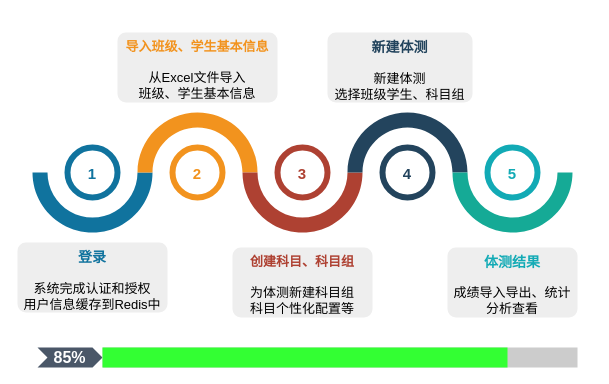
This is docs/img-raw/实现/体育工作者流程.drawio from rufeng-h/healthman, a draw.io file, before an edit. Source tidied: cells renumbered, new cells numbered last; positions are measured from the earlier drawing's top-left corner, leaving out a move shared by most shapes. Both pictures are drawn from the tidied source at 100%, with x=0, y=0 at pixel (17, 32).
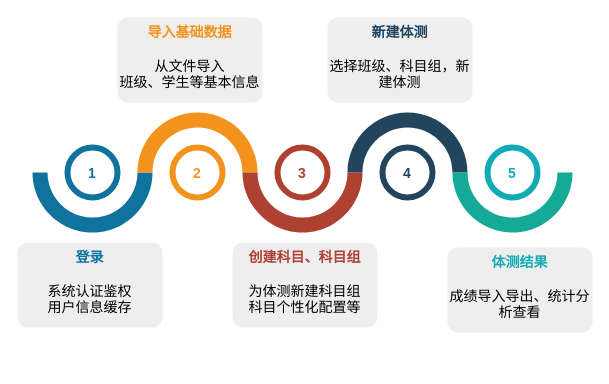
After the change.

Change to the diagram source:
```diff
@@
 <mxGraphModel>
   <root>
     <mxCell id="0" />
     <mxCell id="1" parent="0" />
-    <mxCell id="2" value="&lt;font style=&quot;font-size: 13px&quot;&gt;&lt;font color=&quot;#10739e&quot;&gt;&lt;b style=&quot;font-size: 14px&quot;&gt;登录&lt;br&gt;&lt;/b&gt;&lt;/font&gt;&lt;span&gt;&lt;br&gt;&lt;/span&gt;系统完成认证和授权&lt;br&gt;用户信息缓存到Redis中&lt;br&gt;&lt;/font&gt;" style="rounded=1;strokeColor=none;fillColor=#EEEEEE;align=center;arcSize=12;verticalAlign=top;whiteSpace=wrap;html=1;fontSize=12;fontFamily=宋体;" parent="1" vertex="1">
-      <mxGeometry y="210" width="150" height="70" as="geometry" />
+    <mxCell id="2" value="&lt;font style=&quot;font-size: 14px;&quot;&gt;&lt;font color=&quot;#10739e&quot; style=&quot;font-size: 14px;&quot;&gt;&lt;b style=&quot;font-size: 14px;&quot;&gt;登录&lt;br style=&quot;font-size: 14px;&quot;&gt;&lt;/b&gt;&lt;/font&gt;&lt;span style=&quot;font-size: 14px;&quot;&gt;&lt;br style=&quot;font-size: 14px;&quot;&gt;&lt;/span&gt;系统认证鉴权&lt;br style=&quot;font-size: 14px;&quot;&gt;用户信息缓存&lt;br style=&quot;font-size: 14px;&quot;&gt;&lt;/font&gt;" style="rounded=1;strokeColor=none;fillColor=#EEEEEE;align=center;arcSize=12;verticalAlign=top;whiteSpace=wrap;html=1;fontSize=14;fontFamily=宋体;" parent="1" vertex="1">
+      <mxGeometry y="210" width="145" height="85" as="geometry" />
     </mxCell>
-    <mxCell id="3" value="&lt;font style=&quot;font-size: 13px;&quot;&gt;&lt;font color=&quot;#f2931e&quot; style=&quot;font-size: 13px;&quot;&gt;&lt;b style=&quot;font-size: 13px;&quot;&gt;导入班级、学生基本信息&lt;/b&gt;&lt;/font&gt;&lt;br style=&quot;font-size: 13px;&quot;&gt;&lt;br style=&quot;font-size: 13px;&quot;&gt;&lt;span style=&quot;font-size: 13px;&quot;&gt;从Excel文件导入&lt;br style=&quot;font-size: 13px;&quot;&gt;班级、学生基本信息&lt;/span&gt;&lt;br style=&quot;font-size: 13px;&quot;&gt;&lt;/font&gt;" style="rounded=1;strokeColor=none;fillColor=#EEEEEE;align=center;arcSize=12;verticalAlign=top;whiteSpace=wrap;html=1;fontSize=13;fontFamily=宋体;" parent="1" vertex="1">
-      <mxGeometry x="100" width="160" height="70" as="geometry" />
+    <mxCell id="3" value="&lt;font style=&quot;font-size: 14px;&quot;&gt;&lt;font color=&quot;#f2931e&quot; style=&quot;font-size: 14px;&quot;&gt;&lt;b style=&quot;font-size: 14px;&quot;&gt;导入基础数据&lt;br&gt;&lt;/b&gt;&lt;/font&gt;&lt;br style=&quot;font-size: 14px;&quot;&gt;&lt;span style=&quot;font-size: 14px;&quot;&gt;从文件导入&lt;br style=&quot;font-size: 14px;&quot;&gt;班级、学生等基本信息&lt;/span&gt;&lt;br style=&quot;font-size: 14px;&quot;&gt;&lt;/font&gt;" style="rounded=1;strokeColor=none;fillColor=#EEEEEE;align=center;arcSize=12;verticalAlign=top;whiteSpace=wrap;html=1;fontSize=14;fontFamily=宋体;" parent="1" vertex="1">
+      <mxGeometry x="100" y="-15" width="145" height="85" as="geometry" />
     </mxCell>
-    <mxCell id="4" value="&lt;font style=&quot;font-size: 13px&quot;&gt;&lt;font color=&quot;#ae4132&quot; style=&quot;font-size: 13px&quot;&gt;&lt;b&gt;创建科目、科目组&lt;/b&gt;&lt;/font&gt;&lt;br&gt;&lt;br&gt;&lt;span&gt;为体测新建科目组&lt;br&gt;科目个性化配置等&lt;/span&gt;&lt;br&gt;&lt;/font&gt;" style="rounded=1;strokeColor=none;fillColor=#EEEEEE;align=center;arcSize=12;verticalAlign=top;whiteSpace=wrap;html=1;fontSize=12;fontFamily=宋体;" parent="1" vertex="1">
-      <mxGeometry x="215" y="215" width="140" height="70" as="geometry" />
+    <mxCell id="4" value="&lt;font style=&quot;font-size: 14px;&quot;&gt;&lt;font color=&quot;#ae4132&quot; style=&quot;font-size: 14px;&quot;&gt;&lt;b style=&quot;font-size: 14px;&quot;&gt;创建科目、科目组&lt;/b&gt;&lt;/font&gt;&lt;br style=&quot;font-size: 14px;&quot;&gt;&lt;br style=&quot;font-size: 14px;&quot;&gt;&lt;span style=&quot;font-size: 14px;&quot;&gt;为体测新建科目组&lt;br style=&quot;font-size: 14px;&quot;&gt;科目个性化配置等&lt;/span&gt;&lt;br style=&quot;font-size: 14px;&quot;&gt;&lt;/font&gt;" style="rounded=1;strokeColor=none;fillColor=#EEEEEE;align=center;arcSize=12;verticalAlign=top;whiteSpace=wrap;html=1;fontSize=14;fontFamily=宋体;" parent="1" vertex="1">
+      <mxGeometry x="215" y="210" width="145" height="85" as="geometry" />
     </mxCell>
-    <mxCell id="5" value="&lt;font style=&quot;font-size: 13px&quot;&gt;&lt;font color=&quot;#23445d&quot; size=&quot;1&quot;&gt;&lt;b style=&quot;font-size: 14px&quot;&gt;新建体测&lt;br&gt;&lt;/b&gt;&lt;/font&gt;&lt;br&gt;&lt;span&gt;新建体测&lt;br&gt;选择班级学生、科目组&lt;/span&gt;&lt;br&gt;&lt;/font&gt;" style="rounded=1;strokeColor=none;fillColor=#EEEEEE;align=center;arcSize=12;verticalAlign=top;whiteSpace=wrap;html=1;fontSize=12;fontFamily=宋体;" parent="1" vertex="1">
-      <mxGeometry x="310" width="145" height="70" as="geometry" />
+    <mxCell id="5" value="&lt;font style=&quot;font-size: 14px;&quot;&gt;&lt;font color=&quot;#23445d&quot; style=&quot;font-size: 14px;&quot;&gt;&lt;b style=&quot;font-size: 14px;&quot;&gt;新建体测&lt;br style=&quot;font-size: 14px;&quot;&gt;&lt;/b&gt;&lt;/font&gt;&lt;span style=&quot;font-size: 14px;&quot;&gt;&lt;br style=&quot;font-size: 14px;&quot;&gt;选择班级、科目组，新建体测&lt;/span&gt;&lt;br style=&quot;font-size: 14px;&quot;&gt;&lt;/font&gt;" style="rounded=1;strokeColor=none;fillColor=#EEEEEE;align=center;arcSize=12;verticalAlign=top;whiteSpace=wrap;html=1;fontSize=14;fontFamily=宋体;" parent="1" vertex="1">
+      <mxGeometry x="310" y="-15" width="145" height="85" as="geometry" />
     </mxCell>
-    <mxCell id="6" value="&lt;font&gt;&lt;font color=&quot;#12aab5&quot;&gt;&lt;span style=&quot;font-size: 14px&quot;&gt;&lt;b&gt;体测结果&lt;/b&gt;&lt;/span&gt;&lt;/font&gt;&lt;br&gt;&lt;br&gt;&lt;span style=&quot;font-size: 13px&quot;&gt;成绩导入导出、统计分析查看&lt;/span&gt;&lt;br&gt;&lt;/font&gt;" style="rounded=1;strokeColor=none;fillColor=#EEEEEE;align=center;arcSize=12;verticalAlign=top;whiteSpace=wrap;html=1;fontSize=12;fontFamily=宋体;" parent="1" vertex="1">
-      <mxGeometry x="430" y="215" width="130" height="70" as="geometry" />
+    <mxCell id="6" value="&lt;font style=&quot;font-size: 14px;&quot;&gt;&lt;font color=&quot;#12aab5&quot; style=&quot;font-size: 14px;&quot;&gt;&lt;span style=&quot;font-size: 14px;&quot;&gt;&lt;b style=&quot;font-size: 14px;&quot;&gt;体测结果&lt;/b&gt;&lt;/span&gt;&lt;/font&gt;&lt;br style=&quot;font-size: 14px;&quot;&gt;&lt;br style=&quot;font-size: 14px;&quot;&gt;&lt;span style=&quot;font-size: 14px;&quot;&gt;成绩导入导出、统计分析查看&lt;/span&gt;&lt;br style=&quot;font-size: 14px;&quot;&gt;&lt;/font&gt;" style="rounded=1;strokeColor=none;fillColor=#EEEEEE;align=center;arcSize=12;verticalAlign=top;whiteSpace=wrap;html=1;fontSize=14;fontFamily=宋体;" parent="1" vertex="1">
+      <mxGeometry x="430" y="215" width="145" height="85" as="geometry" />
     </mxCell>
-    <mxCell id="7" style="verticalLabelPosition=bottom;verticalAlign=top;html=1;shape=mxgraph.basic.partConcEllipse;startAngle=0.25;endAngle=0.75;arcWidth=0.25;fillColor=#10739E;strokeColor=none;fontSize=13;fontColor=#FFFFFF;fontFamily=宋体;" parent="1" vertex="1">
+    <mxCell id="7" style="verticalLabelPosition=bottom;verticalAlign=top;html=1;shape=mxgraph.basic.partConcEllipse;startAngle=0.25;endAngle=0.75;arcWidth=0.25;fillColor=#10739E;strokeColor=none;fontSize=14;fontColor=#FFFFFF;fontFamily=宋体;" parent="1" vertex="1">
       <mxGeometry x="15" y="80" width="120" height="120" as="geometry" />
     </mxCell>
-    <mxCell id="8" style="verticalLabelPosition=bottom;verticalAlign=top;html=1;shape=mxgraph.basic.partConcEllipse;startAngle=0.75;endAngle=0.25;arcWidth=0.25;fillColor=#F2931E;strokeColor=none;fontSize=13;fontColor=#FFFFFF;fontFamily=宋体;" parent="1" vertex="1">
+    <mxCell id="8" style="verticalLabelPosition=bottom;verticalAlign=top;html=1;shape=mxgraph.basic.partConcEllipse;startAngle=0.75;endAngle=0.25;arcWidth=0.25;fillColor=#F2931E;strokeColor=none;fontSize=14;fontColor=#FFFFFF;fontFamily=宋体;" parent="1" vertex="1">
       <mxGeometry x="120" y="80" width="120" height="120" as="geometry" />
     </mxCell>
-    <mxCell id="9" style="verticalLabelPosition=bottom;verticalAlign=top;html=1;shape=mxgraph.basic.partConcEllipse;startAngle=0.25;endAngle=0.75;arcWidth=0.25;fillColor=#AE4132;strokeColor=none;fontSize=13;fontColor=#FFFFFF;fontFamily=宋体;" parent="1" vertex="1">
+    <mxCell id="9" style="verticalLabelPosition=bottom;verticalAlign=top;html=1;shape=mxgraph.basic.partConcEllipse;startAngle=0.25;endAngle=0.75;arcWidth=0.25;fillColor=#AE4132;strokeColor=none;fontSize=14;fontColor=#FFFFFF;fontFamily=宋体;" parent="1" vertex="1">
       <mxGeometry x="225" y="80" width="120" height="120" as="geometry" />
     </mxCell>
-    <mxCell id="10" style="verticalLabelPosition=bottom;verticalAlign=top;html=1;shape=mxgraph.basic.partConcEllipse;startAngle=0.75;endAngle=0.25;arcWidth=0.25;fillColor=#23445D;strokeColor=none;fontSize=13;fontColor=#FFFFFF;fontFamily=宋体;" parent="1" vertex="1">
+    <mxCell id="10" style="verticalLabelPosition=bottom;verticalAlign=top;html=1;shape=mxgraph.basic.partConcEllipse;startAngle=0.75;endAngle=0.25;arcWidth=0.25;fillColor=#23445D;strokeColor=none;fontSize=14;fontColor=#FFFFFF;fontFamily=宋体;" parent="1" vertex="1">
       <mxGeometry x="330" y="80" width="120" height="120" as="geometry" />
     </mxCell>
-    <mxCell id="11" style="verticalLabelPosition=bottom;verticalAlign=top;html=1;shape=mxgraph.basic.partConcEllipse;startAngle=0.25;endAngle=0.75;arcWidth=0.25;fillColor=#15AA96;strokeColor=none;fontSize=13;fontColor=#FFFFFF;fontFamily=宋体;" parent="1" vertex="1">
+    <mxCell id="11" style="verticalLabelPosition=bottom;verticalAlign=top;html=1;shape=mxgraph.basic.partConcEllipse;startAngle=0.25;endAngle=0.75;arcWidth=0.25;fillColor=#15AA96;strokeColor=none;fontSize=14;fontColor=#FFFFFF;fontFamily=宋体;" parent="1" vertex="1">
       <mxGeometry x="435" y="80" width="120" height="120" as="geometry" />
     </mxCell>
-    <mxCell id="12" value="1" style="shape=ellipse;strokeWidth=6;strokeColor=#10739E;fontSize=15;html=0;fontStyle=1;fontColor=#10739E;fontFamily=宋体;" parent="1" vertex="1">
+    <mxCell id="12" value="1" style="shape=ellipse;strokeWidth=6;strokeColor=#10739E;fontSize=14;html=0;fontStyle=1;fontColor=#10739E;fontFamily=宋体;" parent="1" vertex="1">
       <mxGeometry x="50" y="115" width="50" height="50" as="geometry" />
     </mxCell>
-    <mxCell id="13" value="2" style="shape=ellipse;strokeWidth=6;strokeColor=#F2931E;fontSize=15;html=0;fontStyle=1;fontColor=#F2931E;fontFamily=宋体;" parent="1" vertex="1">
+    <mxCell id="13" value="2" style="shape=ellipse;strokeWidth=6;strokeColor=#F2931E;fontSize=14;html=0;fontStyle=1;fontColor=#F2931E;fontFamily=宋体;" parent="1" vertex="1">
       <mxGeometry x="155" y="115" width="50" height="50" as="geometry" />
     </mxCell>
-    <mxCell id="14" value="3" style="shape=ellipse;strokeWidth=6;strokeColor=#AE4132;fontSize=15;html=0;fontStyle=1;fontColor=#AE4132;fontFamily=宋体;" parent="1" vertex="1">
+    <mxCell id="14" value="3" style="shape=ellipse;strokeWidth=6;strokeColor=#AE4132;fontSize=14;html=0;fontStyle=1;fontColor=#AE4132;fontFamily=宋体;" parent="1" vertex="1">
       <mxGeometry x="260" y="115" width="50" height="50" as="geometry" />
     </mxCell>
-    <mxCell id="15" value="4" style="shape=ellipse;strokeWidth=6;strokeColor=#23445D;fontSize=15;html=0;fontStyle=1;fontColor=#23445D;fontFamily=宋体;" parent="1" vertex="1">
+    <mxCell id="15" value="4" style="shape=ellipse;strokeWidth=6;strokeColor=#23445D;fontSize=14;html=0;fontStyle=1;fontColor=#23445D;fontFamily=宋体;" parent="1" vertex="1">
       <mxGeometry x="365" y="115" width="50" height="50" as="geometry" />
     </mxCell>
-    <mxCell id="16" value="5" style="shape=ellipse;strokeWidth=6;strokeColor=#12AAB5;fontSize=15;html=0;fontStyle=1;fontColor=#12AAB5;fontFamily=宋体;" parent="1" vertex="1">
+    <mxCell id="16" value="5" style="shape=ellipse;strokeWidth=6;strokeColor=#12AAB5;fontSize=14;html=0;fontStyle=1;fontColor=#12AAB5;fontFamily=宋体;" parent="1" vertex="1">
       <mxGeometry x="470" y="115" width="50" height="50" as="geometry" />
     </mxCell>
-    <mxCell id="17" value="85%" style="shape=step;perimeter=stepPerimeter;whiteSpace=wrap;html=1;fixedSize=1;size=10;fillColor=#4A5768;strokeColor=none;fontSize=16;fontColor=#ffffff;fontStyle=1;rounded=0;fontFamily=宋体;" parent="1" vertex="1">
-      <mxGeometry x="20" y="315" width="65" height="20" as="geometry" />
-    </mxCell>
-    <mxCell id="18" style="whiteSpace=wrap;html=1;fixedSize=1;size=10;fillColor=#CCCCCC;strokeColor=none;fontFamily=宋体;fontSize=14;fontColor=none;" parent="1" vertex="1">
-      <mxGeometry x="85" y="315" width="475" height="20" as="geometry" />
-    </mxCell>
-    <mxCell id="19" style="whiteSpace=wrap;html=1;fixedSize=1;size=10;fillColor=#33FF33;strokeColor=none;shadow=0;fontFamily=宋体;fontSize=14;fontColor=none;" parent="1" vertex="1">
-      <mxGeometry x="85" y="315" width="405" height="20" as="geometry" />
-    </mxCell>
   </root>
 </mxGraphModel>
```
